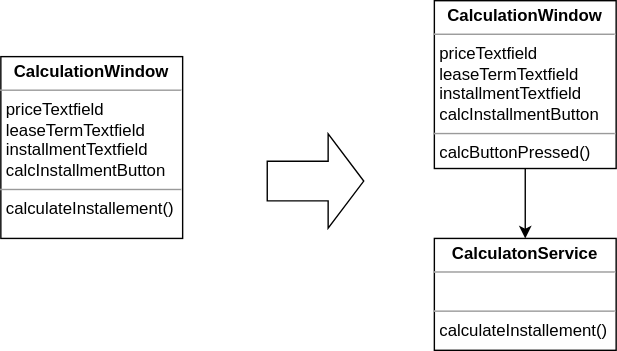
Above: images/domain-driven-refactorings/tactical/extract-service-from-smart-ui.drawio.svg in hschwentner/hschwentner.io (draw.io), before the change. Source tidied: cells renumbered, new cells last; positions are measured from the earlier drawing's top-left corner, leaving out a move shared by most shapes.
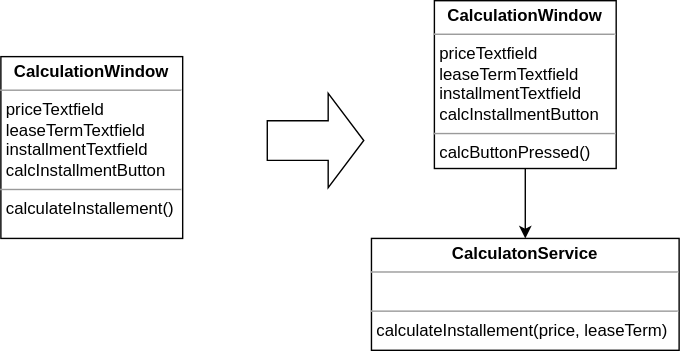
The same diagram one commit later.

Commit message:
Smart UI extraction refactorings

Diff of the diagram source:
```diff
@@ -4,8 +4,8 @@
     <mxCell id="1" parent="0" />
     <mxCell id="2" style="shape=flexArrow;endArrow=classic;html=1;rounded=0;endWidth=38.14814814814815;endSize=8.15;width=28.333333333333332;" parent="1" edge="1">
       <mxGeometry relative="1" as="geometry">
-        <mxPoint x="190" y="129" as="sourcePoint" />
-        <mxPoint x="260" y="129" as="targetPoint" />
+        <mxPoint x="190" y="100" as="sourcePoint" />
+        <mxPoint x="260" y="100" as="targetPoint" />
       </mxGeometry>
     </mxCell>
     <mxCell id="3" value="&lt;p style=&quot;margin: 0px ; margin-top: 4px ; text-align: center&quot;&gt;&lt;b&gt;CalculationWindow&lt;/b&gt;&lt;/p&gt;&lt;hr size=&quot;1&quot;&gt;&lt;p style=&quot;margin: 0px ; margin-left: 4px&quot;&gt;priceTextfield&lt;/p&gt;&lt;p style=&quot;margin: 0px ; margin-left: 4px&quot;&gt;leaseTermTextfield&lt;/p&gt;&lt;p style=&quot;margin: 0px ; margin-left: 4px&quot;&gt;installmentTextfield&lt;/p&gt;&lt;p style=&quot;margin: 0px ; margin-left: 4px&quot;&gt;calcInstallmentButton&lt;/p&gt;&lt;hr size=&quot;1&quot;&gt;&lt;p style=&quot;margin: 0px ; margin-left: 4px&quot;&gt;calculateInstallement()&lt;/p&gt;" style="verticalAlign=top;align=left;overflow=fill;fontSize=12;fontFamily=Helvetica;html=1;" parent="1" vertex="1">
@@ -17,8 +17,8 @@
     <mxCell id="5" value="&lt;p style=&quot;margin: 0px ; margin-top: 4px ; text-align: center&quot;&gt;&lt;b&gt;CalculationWindow&lt;/b&gt;&lt;/p&gt;&lt;hr size=&quot;1&quot;&gt;&lt;p style=&quot;margin: 0px ; margin-left: 4px&quot;&gt;priceTextfield&lt;/p&gt;&lt;p style=&quot;margin: 0px ; margin-left: 4px&quot;&gt;leaseTermTextfield&lt;/p&gt;&lt;p style=&quot;margin: 0px ; margin-left: 4px&quot;&gt;installmentTextfield&lt;/p&gt;&lt;p style=&quot;margin: 0px ; margin-left: 4px&quot;&gt;calcInstallmentButton&lt;/p&gt;&lt;hr size=&quot;1&quot;&gt;&lt;p style=&quot;margin: 0px ; margin-left: 4px&quot;&gt;calcButtonPressed()&lt;/p&gt;" style="verticalAlign=top;align=left;overflow=fill;fontSize=12;fontFamily=Helvetica;html=1;" parent="1" vertex="1">
       <mxGeometry x="310" width="130" height="120" as="geometry" />
     </mxCell>
-    <mxCell id="6" value="&lt;p style=&quot;margin: 0px ; margin-top: 4px ; text-align: center&quot;&gt;&lt;b&gt;CalculatonService&lt;/b&gt;&lt;/p&gt;&lt;hr size=&quot;1&quot;&gt;&lt;p style=&quot;margin: 0px ; margin-left: 4px&quot;&gt;&lt;br&gt;&lt;/p&gt;&lt;hr size=&quot;1&quot;&gt;&lt;p style=&quot;margin: 0px ; margin-left: 4px&quot;&gt;calculateInstallement()&lt;/p&gt;" style="verticalAlign=top;align=left;overflow=fill;fontSize=12;fontFamily=Helvetica;html=1;" parent="1" vertex="1">
-      <mxGeometry x="310" y="170" width="130" height="80" as="geometry" />
+    <mxCell id="6" value="&lt;p style=&quot;margin: 0px ; margin-top: 4px ; text-align: center&quot;&gt;&lt;b&gt;CalculatonService&lt;/b&gt;&lt;/p&gt;&lt;hr size=&quot;1&quot;&gt;&lt;p style=&quot;margin: 0px ; margin-left: 4px&quot;&gt;&lt;br&gt;&lt;/p&gt;&lt;hr size=&quot;1&quot;&gt;&lt;p style=&quot;margin: 0px ; margin-left: 4px&quot;&gt;calculateInstallement(price, leaseTerm)&lt;/p&gt;" style="verticalAlign=top;align=left;overflow=fill;fontSize=12;fontFamily=Helvetica;html=1;" parent="1" vertex="1">
+      <mxGeometry x="265" y="170" width="220" height="80" as="geometry" />
     </mxCell>
   </root>
 </mxGraphModel>
```
